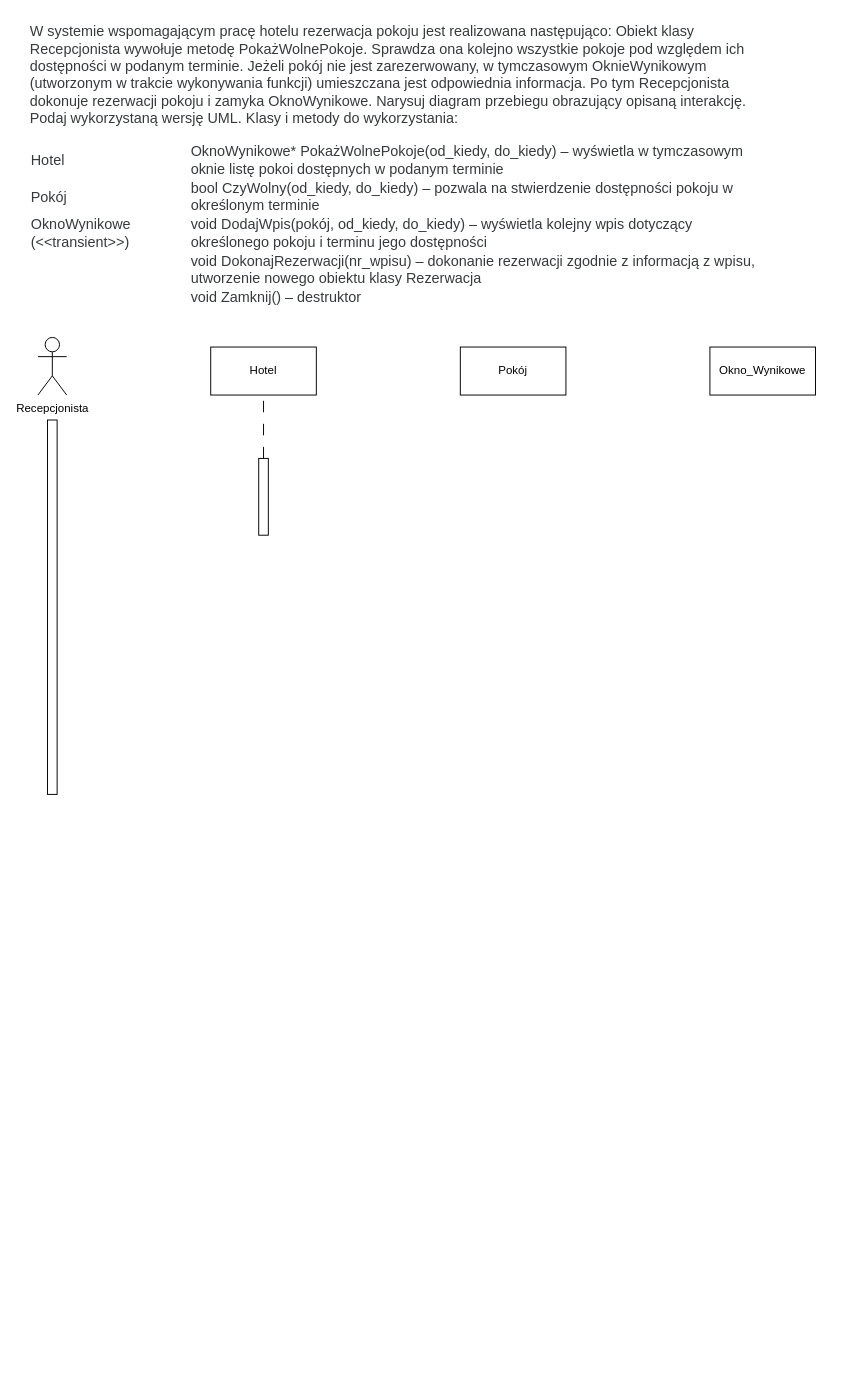
The draw.io diagram Diagram przebiegu.drawio in Dziecky/UML, before the edit. Source tidied: cells renumbered, new cells numbered last; positions are measured from the earlier drawing's top-left corner, leaving out a move shared by most shapes. Both pictures are drawn from the tidied source at 96%, with x=0, y=0 at pixel (28, 16).
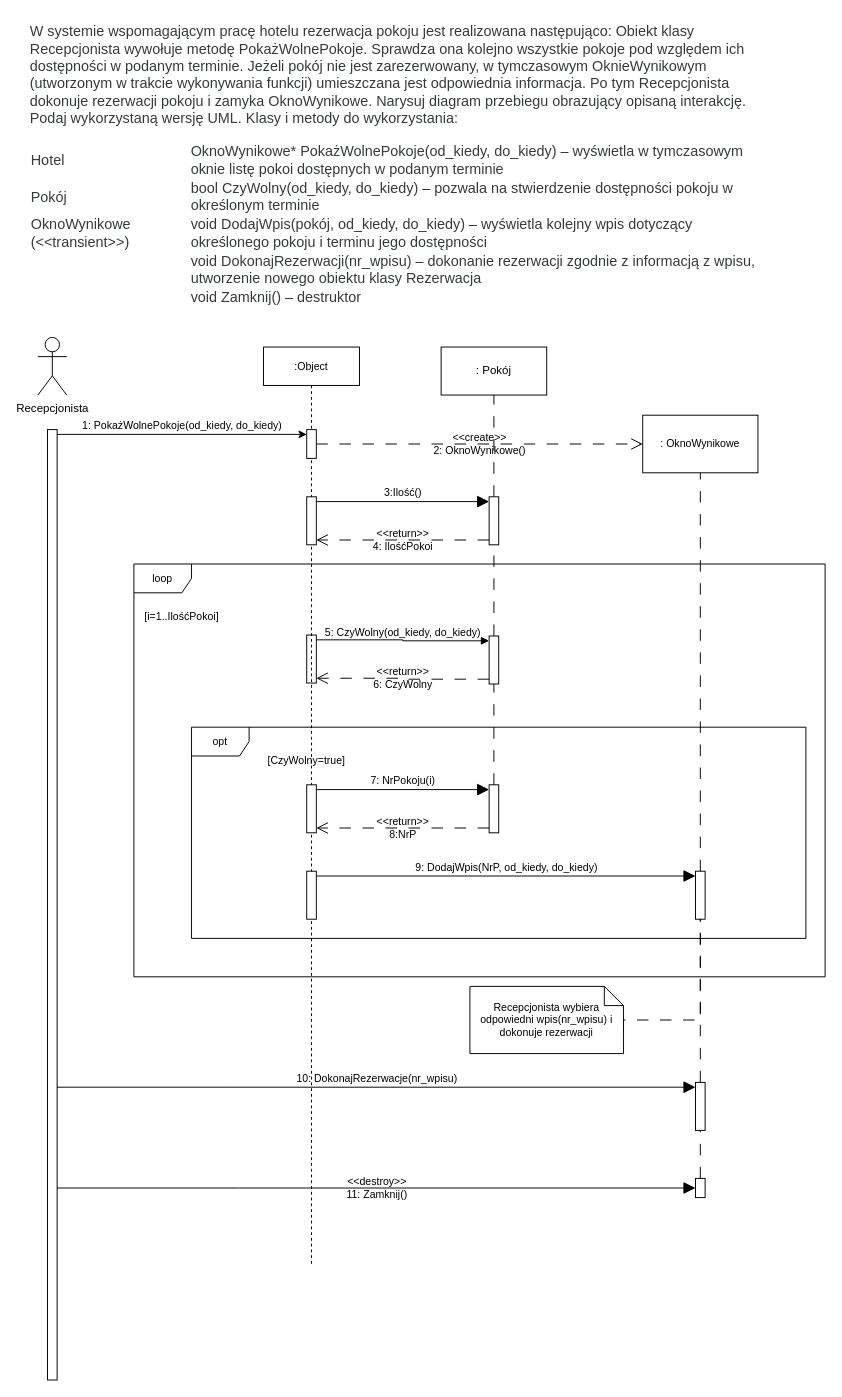
Above is the later version.

Diff of the diagram source:
```diff
@@
+    <mxCell id="10" value="1: PokażWolnePokoje(od_kiedy, do_kiedy)" style="edgeStyle=orthogonalEdgeStyle;rounded=0;jettySize=auto;html=1;curved=0;exitX=1;exitY=0;exitDx=0;exitDy=5;exitPerimeter=0;entryX=0;entryY=0;entryDx=0;entryDy=5;entryPerimeter=0;labelBackgroundColor=none;verticalAlign=bottom;" parent="1" edge="1" source="4" target="8">
+      <mxGeometry relative="1" as="geometry" />
+    </mxCell>
     <mxCell id="4" style="html=1;points=[[0,0,0,0,5],[0,1,0,0,-5],[1,0,0,0,5],[1,1,0,0,-5]];perimeter=orthogonalPerimeter;outlineConnect=0;targetShapes=umlLifeline;portConstraint=eastwest;newEdgeStyle={&quot;curved&quot;:0,&quot;rounded&quot;:0};" parent="1" vertex="1">
-      <mxGeometry x="20" y="420" width="10" height="390" as="geometry" />
+      <mxGeometry x="20" y="430" width="10" height="990" as="geometry" />
     </mxCell>
-    <mxCell id="5" value="Hotel" style="html=1;whiteSpace=wrap;" parent="1" vertex="1">
-      <mxGeometry x="190" y="344" width="110" height="50" as="geometry" />
-    </mxCell>
-    <mxCell id="6" value="Pokój" style="html=1;whiteSpace=wrap;" parent="1" vertex="1">
-      <mxGeometry x="450" y="344" width="110" height="50" as="geometry" />
+    <mxCell id="6" value=": Pokój" style="html=1;whiteSpace=wrap;" parent="1" vertex="1">
+      <mxGeometry x="430" y="344" width="110" height="50" as="geometry" />
     </mxCell>
-    <mxCell id="7" value="Okno_Wynikowe" style="html=1;whiteSpace=wrap;" parent="1" vertex="1">
-      <mxGeometry x="710" y="344" width="110" height="50" as="geometry" />
-    </mxCell>
+    <mxCell id="11" value="&amp;lt;&amp;lt;create&amp;gt;&amp;gt;&lt;div&gt;2: OknoWynikowe()&lt;/div&gt;" style="edgeStyle=orthogonalEdgeStyle;curved=0;rounded=0;jettySize=auto;html=1;dashed=1;dashPattern=12 12;strokeColor=default;align=center;verticalAlign=middle;fontFamily=Helvetica;fontSize=11;fontColor=default;labelBackgroundColor=none;endArrow=open;endFill=0;endSize=10;startSize=6;" parent="1" edge="1" source="8" target="12">
+      <mxGeometry relative="1" as="geometry" />
+    </mxCell>
+    <mxCell id="12" value=": OknoWynikowe" style="rounded=0;whiteSpace=wrap;html=1;fontFamily=Helvetica;fontSize=11;fontColor=default;labelBackgroundColor=none;" parent="1" vertex="1">
+      <mxGeometry x="640" y="415" width="120" height="60" as="geometry" />
+    </mxCell>
+    <mxCell id="13" style="endArrow=none;dashed=1;html=1;rounded=0;dashPattern=12 12;" parent="1" edge="1" source="21" target="6">
+      <mxGeometry relative="1" as="geometry" />
+    </mxCell>
+    <mxCell id="14" style="html=1;points=[[0,0,0,0,5],[0,1,0,0,-5],[1,0,0,0,5],[1,1,0,0,-5]];perimeter=orthogonalPerimeter;outlineConnect=0;targetShapes=umlLifeline;portConstraint=eastwest;newEdgeStyle={&quot;curved&quot;:0,&quot;rounded&quot;:0};fontFamily=Helvetica;fontSize=11;fontColor=default;labelBackgroundColor=none;" parent="1" vertex="1">
+      <mxGeometry x="290" y="644" width="10" height="50" as="geometry" />
+    </mxCell>
+    <mxCell id="15" style="html=1;points=[[0,0,0,0,5],[0,1,0,0,-5],[1,0,0,0,5],[1,1,0,0,-5]];perimeter=orthogonalPerimeter;outlineConnect=0;targetShapes=umlLifeline;portConstraint=eastwest;newEdgeStyle={&quot;curved&quot;:0,&quot;rounded&quot;:0};fontFamily=Helvetica;fontSize=11;fontColor=default;labelBackgroundColor=none;" parent="1" vertex="1">
+      <mxGeometry x="480" y="645" width="10" height="50" as="geometry" />
+    </mxCell>
+    <mxCell id="16" value="5: CzyWolny(od_kiedy, do_kiedy)" style="edgeStyle=orthogonalEdgeStyle;curved=0;rounded=0;jettySize=auto;html=1;exitX=1;exitY=0;exitDx=0;exitDy=5;exitPerimeter=0;entryX=0;entryY=0;entryDx=0;entryDy=5;entryPerimeter=0;strokeColor=default;align=center;verticalAlign=bottom;fontFamily=Helvetica;fontSize=11;fontColor=default;labelBackgroundColor=none;endArrow=block;endFill=1;" parent="1" edge="1" source="14" target="15">
+      <mxGeometry relative="1" as="geometry" />
+    </mxCell>
+    <mxCell id="17" value="&amp;lt;&amp;lt;return&amp;gt;&amp;gt;&lt;div&gt;6: CzyWolny&lt;/div&gt;" style="edgeStyle=orthogonalEdgeStyle;curved=0;rounded=0;jettySize=auto;html=1;exitX=0;exitY=1;exitDx=0;exitDy=-5;exitPerimeter=0;entryX=1;entryY=1;entryDx=0;entryDy=-5;entryPerimeter=0;dashed=1;dashPattern=12 12;strokeColor=default;align=center;verticalAlign=middle;fontFamily=Helvetica;fontSize=11;fontColor=default;labelBackgroundColor=none;endArrow=open;endFill=0;endSize=10;" parent="1" edge="1" source="15" target="14">
+      <mxGeometry relative="1" as="geometry" />
+    </mxCell>
+    <mxCell id="18" value="loop" style="shape=umlFrame;whiteSpace=wrap;html=1;fontFamily=Helvetica;fontSize=11;fontColor=default;labelBackgroundColor=none;" parent="1" vertex="1">
+      <mxGeometry x="110" y="570" width="720" height="430" as="geometry" />
+    </mxCell>
+    <mxCell id="19" value="[i=1..IlośćPokoi]" style="text;strokeColor=none;align=center;fillColor=none;html=1;verticalAlign=middle;whiteSpace=wrap;rounded=0;fontFamily=Helvetica;fontSize=11;fontColor=default;labelBackgroundColor=none;" parent="1" vertex="1">
+      <mxGeometry x="130" y="610" width="60" height="30" as="geometry" />
+    </mxCell>
+    <mxCell id="20" style="endArrow=none;dashed=1;html=1;rounded=0;dashPattern=12 12;" parent="1" edge="1" source="15" target="21">
+      <mxGeometry relative="1" as="geometry" />
+    </mxCell>
+    <mxCell id="21" style="html=1;points=[[0,0,0,0,5],[0,1,0,0,-5],[1,0,0,0,5],[1,1,0,0,-5]];perimeter=orthogonalPerimeter;outlineConnect=0;targetShapes=umlLifeline;portConstraint=eastwest;newEdgeStyle={&quot;curved&quot;:0,&quot;rounded&quot;:0};fontFamily=Helvetica;fontSize=11;fontColor=default;labelBackgroundColor=none;" parent="1" vertex="1">
+      <mxGeometry x="480" y="500" width="10" height="50" as="geometry" />
+    </mxCell>
+    <mxCell id="22" value="3:Ilość()" style="edgeStyle=orthogonalEdgeStyle;curved=0;rounded=0;jettySize=auto;html=1;exitX=1;exitY=0;exitDx=0;exitDy=5;exitPerimeter=0;entryX=0;entryY=0;entryDx=0;entryDy=5;entryPerimeter=0;strokeColor=default;align=center;verticalAlign=bottom;fontFamily=Helvetica;fontSize=11;fontColor=default;labelBackgroundColor=none;endArrow=block;endFill=1;endSize=10;" parent="1" edge="1" source="42" target="21">
+      <mxGeometry relative="1" as="geometry" />
+    </mxCell>
+    <mxCell id="23" value="&amp;lt;&amp;lt;return&amp;gt;&amp;gt;&lt;div&gt;4: IlośćPokoi&lt;/div&gt;" style="edgeStyle=orthogonalEdgeStyle;curved=0;rounded=0;jettySize=auto;html=1;exitX=0;exitY=1;exitDx=0;exitDy=-5;exitPerimeter=0;entryX=1;entryY=1;entryDx=0;entryDy=-5;entryPerimeter=0;dashed=1;dashPattern=12 12;strokeColor=default;align=center;verticalAlign=middle;fontFamily=Helvetica;fontSize=11;fontColor=default;labelBackgroundColor=none;endArrow=open;endFill=0;endSize=10;" parent="1" edge="1" source="21" target="42">
+      <mxGeometry relative="1" as="geometry" />
+    </mxCell>
+    <mxCell id="24" style="html=1;points=[[0,0,0,0,5],[0,1,0,0,-5],[1,0,0,0,5],[1,1,0,0,-5]];perimeter=orthogonalPerimeter;outlineConnect=0;targetShapes=umlLifeline;portConstraint=eastwest;newEdgeStyle={&quot;curved&quot;:0,&quot;rounded&quot;:0};fontFamily=Helvetica;fontSize=11;fontColor=default;labelBackgroundColor=none;" parent="1" vertex="1">
+      <mxGeometry x="480" y="800" width="10" height="50" as="geometry" />
+    </mxCell>
+    <mxCell id="25" style="endArrow=none;dashed=1;html=1;rounded=0;dashPattern=12 12;" parent="1" edge="1" source="24" target="15">
+      <mxGeometry relative="1" as="geometry" />
+    </mxCell>
+    <mxCell id="26" value="opt" style="shape=umlFrame;whiteSpace=wrap;html=1;fontFamily=Helvetica;fontSize=11;fontColor=default;labelBackgroundColor=none;" parent="1" vertex="1">
+      <mxGeometry x="170" y="740" width="640" height="220" as="geometry" />
+    </mxCell>
+    <mxCell id="27" value="[CzyWolny=true]" style="text;strokeColor=none;align=center;fillColor=none;html=1;verticalAlign=middle;whiteSpace=wrap;rounded=0;fontFamily=Helvetica;fontSize=11;fontColor=default;labelBackgroundColor=none;" parent="1" vertex="1">
+      <mxGeometry x="260" y="760" width="60" height="30" as="geometry" />
+    </mxCell>
+    <mxCell id="28" value="7: NrPokoju(i)" style="edgeStyle=orthogonalEdgeStyle;curved=0;rounded=0;jettySize=auto;html=1;exitX=1;exitY=0;exitDx=0;exitDy=5;exitPerimeter=0;entryX=0;entryY=0;entryDx=0;entryDy=5;entryPerimeter=0;strokeColor=default;align=center;verticalAlign=bottom;fontFamily=Helvetica;fontSize=11;fontColor=default;labelBackgroundColor=none;endArrow=block;endFill=1;endSize=10;" parent="1" edge="1" source="43" target="24">
+      <mxGeometry relative="1" as="geometry" />
+    </mxCell>
+    <mxCell id="29" value="&amp;lt;&amp;lt;return&amp;gt;&amp;gt;&lt;div&gt;8:NrP&lt;/div&gt;" style="edgeStyle=orthogonalEdgeStyle;curved=0;rounded=0;jettySize=auto;html=1;exitX=0;exitY=1;exitDx=0;exitDy=-5;exitPerimeter=0;entryX=1;entryY=1;entryDx=0;entryDy=-5;entryPerimeter=0;dashed=1;dashPattern=12 12;strokeColor=default;align=center;verticalAlign=middle;fontFamily=Helvetica;fontSize=11;fontColor=default;labelBackgroundColor=none;endArrow=open;endFill=0;endSize=10;" parent="1" edge="1" source="24" target="43">
+      <mxGeometry relative="1" as="geometry" />
+    </mxCell>
+    <mxCell id="30" style="html=1;points=[[0,0,0,0,5],[0,1,0,0,-5],[1,0,0,0,5],[1,1,0,0,-5]];perimeter=orthogonalPerimeter;outlineConnect=0;targetShapes=umlLifeline;portConstraint=eastwest;newEdgeStyle={&quot;curved&quot;:0,&quot;rounded&quot;:0};fontFamily=Helvetica;fontSize=11;fontColor=default;labelBackgroundColor=none;" parent="1" vertex="1">
+      <mxGeometry x="695" y="890" width="10" height="50" as="geometry" />
+    </mxCell>
+    <mxCell id="31" style="endArrow=none;dashed=1;html=1;rounded=0;dashPattern=12 12;" parent="1" edge="1" source="30" target="12">
+      <mxGeometry relative="1" as="geometry" />
+    </mxCell>
+    <mxCell id="32" value="9: DodajWpis(NrP, od_kiedy, do_kiedy)" style="edgeStyle=orthogonalEdgeStyle;curved=0;rounded=0;jettySize=auto;html=1;exitX=1;exitY=0;exitDx=0;exitDy=5;exitPerimeter=0;entryX=0;entryY=0;entryDx=0;entryDy=5;entryPerimeter=0;strokeColor=default;align=center;verticalAlign=bottom;fontFamily=Helvetica;fontSize=11;fontColor=default;labelBackgroundColor=none;endArrow=block;endFill=1;endSize=10;" parent="1" edge="1" source="44" target="30">
+      <mxGeometry relative="1" as="geometry" />
+    </mxCell>
+    <mxCell id="33" style="endArrow=none;dashed=1;html=1;rounded=0;dashPattern=12 12;" parent="1" edge="1" source="34" target="30">
+      <mxGeometry relative="1" as="geometry" />
+    </mxCell>
+    <mxCell id="34" style="html=1;points=[[0,0,0,0,5],[0,1,0,0,-5],[1,0,0,0,5],[1,1,0,0,-5]];perimeter=orthogonalPerimeter;outlineConnect=0;targetShapes=umlLifeline;portConstraint=eastwest;newEdgeStyle={&quot;curved&quot;:0,&quot;rounded&quot;:0};fontFamily=Helvetica;fontSize=11;fontColor=default;labelBackgroundColor=none;" parent="1" vertex="1">
+      <mxGeometry x="695" y="1110" width="10" height="50" as="geometry" />
+    </mxCell>
+    <mxCell id="35" style="edgeStyle=orthogonalEdgeStyle;curved=0;rounded=0;jettySize=auto;html=1;dashed=1;dashPattern=12 12;strokeColor=default;align=center;verticalAlign=middle;fontFamily=Helvetica;fontSize=11;fontColor=default;labelBackgroundColor=none;endArrow=none;endFill=0;endSize=10;exitX=0;exitY=0;exitDx=160;exitDy=45;exitPerimeter=0;" parent="1" edge="1" source="36" target="30">
+      <mxGeometry relative="1" as="geometry">
+        <Array as="points">
+          <mxPoint x="620" y="1045" />
+          <mxPoint x="700" y="1045" />
+        </Array>
+      </mxGeometry>
+    </mxCell>
+    <mxCell id="36" value="Recepcjonista wybiera odpowiedni wpis(nr_wpisu) i dokonuje rezerwacji" style="shape=note;size=20;whiteSpace=wrap;html=1;fontFamily=Helvetica;fontSize=11;fontColor=default;labelBackgroundColor=none;" parent="1" vertex="1">
+      <mxGeometry x="460" y="1010" width="160" height="70" as="geometry" />
+    </mxCell>
+    <mxCell id="37" value="10: DokonajRezerwacje(nr_wpisu)" style="edgeStyle=orthogonalEdgeStyle;curved=0;rounded=0;jettySize=auto;html=1;entryX=0;entryY=0;entryDx=0;entryDy=5;entryPerimeter=0;strokeColor=default;align=center;verticalAlign=bottom;fontFamily=Helvetica;fontSize=11;fontColor=default;labelBackgroundColor=none;endArrow=block;endFill=1;endSize=10;" parent="1" edge="1" source="4" target="34">
+      <mxGeometry relative="1" as="geometry">
+        <Array as="points">
+          <mxPoint x="210" y="1115" />
+          <mxPoint x="210" y="1115" />
+        </Array>
+      </mxGeometry>
+    </mxCell>
+    <mxCell id="38" style="html=1;points=[[0,0,0,0,5],[0,1,0,0,-5],[1,0,0,0,5],[1,1,0,0,-5]];perimeter=orthogonalPerimeter;outlineConnect=0;targetShapes=umlLifeline;portConstraint=eastwest;newEdgeStyle={&quot;curved&quot;:0,&quot;rounded&quot;:0};fontFamily=Helvetica;fontSize=11;fontColor=default;labelBackgroundColor=none;" parent="1" vertex="1">
+      <mxGeometry x="695" y="1210" width="10" height="20" as="geometry" />
+    </mxCell>
+    <mxCell id="39" style="endArrow=none;dashed=1;html=1;rounded=0;dashPattern=12 12;" parent="1" edge="1" source="38" target="34">
+      <mxGeometry relative="1" as="geometry" />
+    </mxCell>
+    <mxCell id="40" value="&amp;lt;&amp;lt;destroy&amp;gt;&amp;gt;&lt;div&gt;11: Zamknij()&lt;/div&gt;" style="edgeStyle=orthogonalEdgeStyle;curved=0;rounded=0;jettySize=auto;html=1;strokeColor=default;align=center;verticalAlign=middle;fontFamily=Helvetica;fontSize=11;fontColor=default;labelBackgroundColor=none;endArrow=block;endFill=1;endSize=10;" parent="1" edge="1" source="4" target="38">
+      <mxGeometry relative="1" as="geometry">
+        <Array as="points">
+          <mxPoint x="220" y="1220" />
+          <mxPoint x="220" y="1220" />
+        </Array>
+      </mxGeometry>
+    </mxCell>
+    <mxCell id="41" value=":Object" style="shape=umlLifeline;perimeter=lifelinePerimeter;whiteSpace=wrap;html=1;newEdgeStyle={&quot;curved&quot;:0,&quot;rounded&quot;:0};fontFamily=Helvetica;fontSize=11;fontColor=default;labelBackgroundColor=none;" parent="1" vertex="1">
+      <mxGeometry x="245" y="344" width="100" height="956" as="geometry" />
+    </mxCell>
-    <mxCell id="8" style="html=1;points=[[0,0,0,0,5],[0,1,0,0,-5],[1,0,0,0,5],[1,1,0,0,-5]];perimeter=orthogonalPerimeter;outlineConnect=0;targetShapes=umlLifeline;portConstraint=eastwest;newEdgeStyle={&quot;curved&quot;:0,&quot;rounded&quot;:0};" parent="1" vertex="1">
-      <mxGeometry x="240" y="460" width="10" height="80" as="geometry" />
+    <mxCell id="8" style="html=1;points=[[0,0,0,0,5],[0,1,0,0,-5],[1,0,0,0,5],[1,1,0,0,-5]];perimeter=orthogonalPerimeter;outlineConnect=0;targetShapes=umlLifeline;portConstraint=eastwest;newEdgeStyle={&quot;curved&quot;:0,&quot;rounded&quot;:0};" parent="41" vertex="1">
+      <mxGeometry x="45" y="86" width="10" height="30" as="geometry" />
     </mxCell>
-    <mxCell id="9" style="endArrow=none;dashed=1;html=1;rounded=0;dashPattern=12 12;entryX=0.5;entryY=1;entryDx=0;entryDy=0;" parent="1" edge="1" source="8" target="5">
-      <mxGeometry relative="1" as="geometry" />
-    </mxCell>
+    <mxCell id="42" style="html=1;points=[[0,0,0,0,5],[0,1,0,0,-5],[1,0,0,0,5],[1,1,0,0,-5]];perimeter=orthogonalPerimeter;outlineConnect=0;targetShapes=umlLifeline;portConstraint=eastwest;newEdgeStyle={&quot;curved&quot;:0,&quot;rounded&quot;:0};fontFamily=Helvetica;fontSize=11;fontColor=default;labelBackgroundColor=none;" parent="41" vertex="1">
+      <mxGeometry x="45" y="156" width="10" height="50" as="geometry" />
+    </mxCell>
+    <mxCell id="43" style="html=1;points=[[0,0,0,0,5],[0,1,0,0,-5],[1,0,0,0,5],[1,1,0,0,-5]];perimeter=orthogonalPerimeter;outlineConnect=0;targetShapes=umlLifeline;portConstraint=eastwest;newEdgeStyle={&quot;curved&quot;:0,&quot;rounded&quot;:0};fontFamily=Helvetica;fontSize=11;fontColor=default;labelBackgroundColor=none;" parent="41" vertex="1">
+      <mxGeometry x="45" y="456" width="10" height="50" as="geometry" />
+    </mxCell>
+    <mxCell id="44" style="html=1;points=[[0,0,0,0,5],[0,1,0,0,-5],[1,0,0,0,5],[1,1,0,0,-5]];perimeter=orthogonalPerimeter;outlineConnect=0;targetShapes=umlLifeline;portConstraint=eastwest;newEdgeStyle={&quot;curved&quot;:0,&quot;rounded&quot;:0};fontFamily=Helvetica;fontSize=11;fontColor=default;labelBackgroundColor=none;" parent="41" vertex="1">
+      <mxGeometry x="45" y="546" width="10" height="50" as="geometry" />
+    </mxCell>
```
